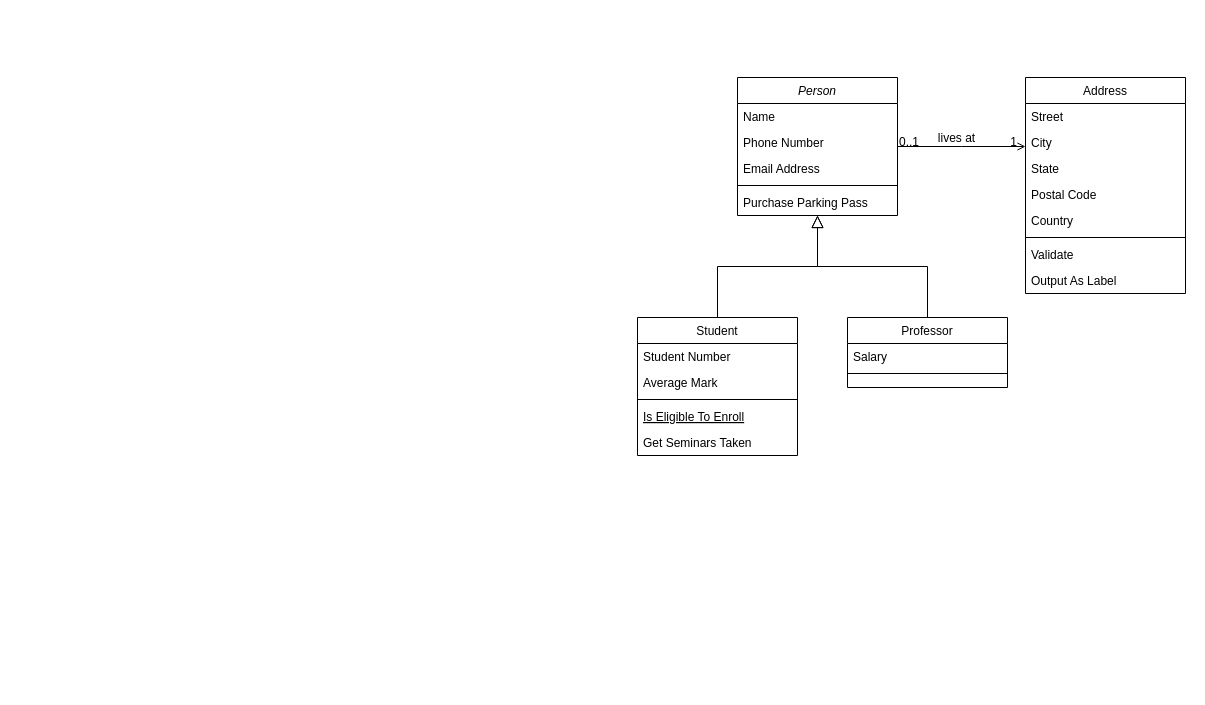
Earlier version of the draw.io diagram 玲玲塔类图.drawio (nayouzhenai/java_web). Source tidied: cells renumbered, new cells numbered last; positions are measured from the earlier drawing's top-left corner, leaving out a move shared by most shapes. Both pictures are drawn from the tidied source at 100%, with x=0, y=0 at pixel (637, 77).
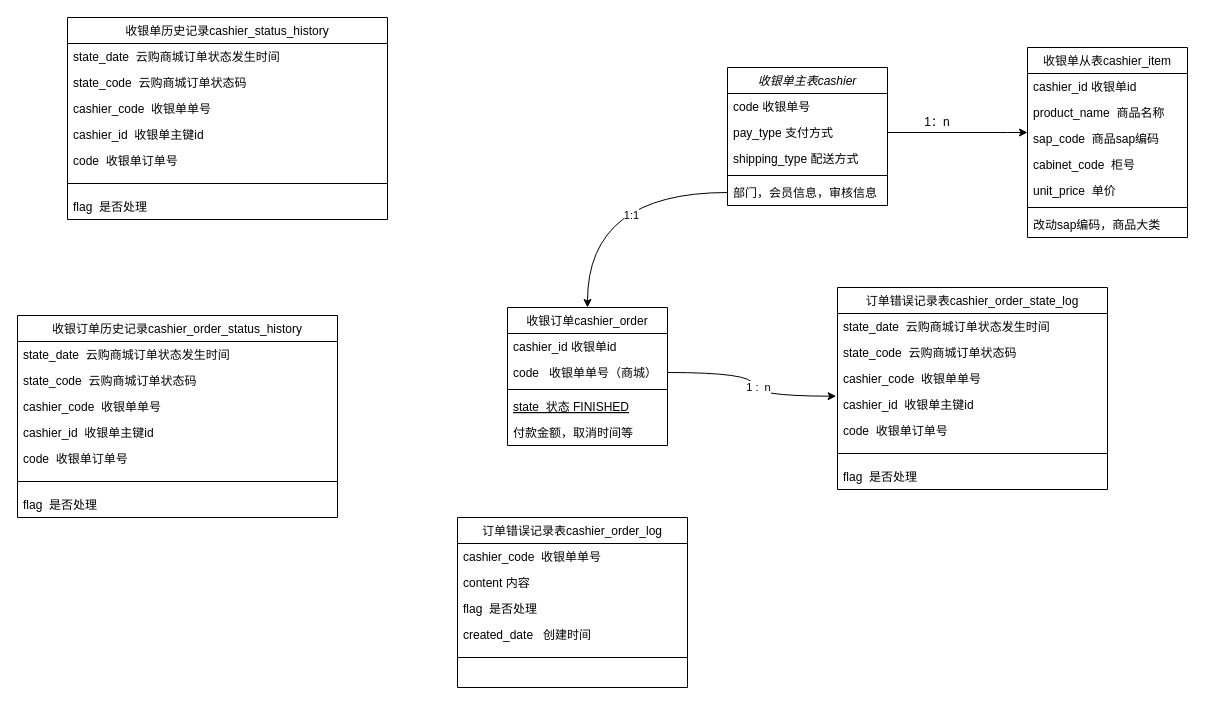
The same page after the edit.

Commit message:
更新玲玲塔类图.drawio

The edit, as a diff of the source:
```diff
@@
-    <mxCell id="2" value="Person" style="swimlane;fontStyle=2;align=center;verticalAlign=top;horizontal=1;startSize=26;rounded=0;shadow=0;strokeWidth=1;" parent="1" vertex="1">
-      <mxGeometry x="100" width="160" height="138" as="geometry" />
+    <mxCell id="2" value="收银单主表cashier" style="swimlane;fontStyle=2;align=center;verticalAlign=top;horizontal=1;startSize=26;rounded=0;shadow=0;strokeWidth=1;" parent="1" vertex="1">
+      <mxGeometry x="90" y="-10" width="160" height="138" as="geometry" />
     </mxCell>
-    <mxCell id="3" value="Name" style="text;align=left;verticalAlign=top;spacingLeft=4;spacingRight=4;overflow=hidden;" parent="2" vertex="1">
+    <mxCell id="3" value="code 收银单号" style="text;align=left;verticalAlign=top;spacingLeft=4;spacingRight=4;overflow=hidden;" parent="2" vertex="1">
       <mxGeometry y="26" width="160" height="26" as="geometry" />
     </mxCell>
-    <mxCell id="4" value="Phone Number" style="text;align=left;verticalAlign=top;spacingLeft=4;spacingRight=4;overflow=hidden;points=[[0,0.5],[1,0.5]];portConstraint=eastwest;rounded=0;shadow=0;html=0;" parent="2" vertex="1">
+    <mxCell id="4" value="pay_type 支付方式" style="text;align=left;verticalAlign=top;spacingLeft=4;spacingRight=4;overflow=hidden;points=[[0,0.5],[1,0.5]];portConstraint=eastwest;rounded=0;shadow=0;html=0;" parent="2" vertex="1">
       <mxGeometry y="52" width="160" height="26" as="geometry" />
     </mxCell>
-    <mxCell id="5" value="Email Address" style="text;align=left;verticalAlign=top;spacingLeft=4;spacingRight=4;overflow=hidden;rounded=0;shadow=0;html=0;" parent="2" vertex="1">
+    <mxCell id="5" value="shipping_type 配送方式" style="text;align=left;verticalAlign=top;spacingLeft=4;spacingRight=4;overflow=hidden;rounded=0;shadow=0;html=0;" parent="2" vertex="1">
       <mxGeometry y="78" width="160" height="26" as="geometry" />
     </mxCell>
@@
-    <mxCell id="7" value="Purchase Parking Pass" style="text;align=left;verticalAlign=top;spacingLeft=4;spacingRight=4;overflow=hidden;points=[[0,0.5],[1,0.5]];portConstraint=eastwest;" parent="2" vertex="1">
+    <mxCell id="7" value="部门，会员信息，审核信息" style="text;align=left;verticalAlign=top;spacingLeft=4;spacingRight=4;overflow=hidden;points=[[0,0.5],[1,0.5]];portConstraint=eastwest;" parent="2" vertex="1">
       <mxGeometry y="112" width="160" height="26" as="geometry" />
     </mxCell>
-    <mxCell id="8" value="Student" style="swimlane;fontStyle=0;align=center;verticalAlign=top;horizontal=1;startSize=26;rounded=0;shadow=0;strokeWidth=1;" parent="1" vertex="1">
-      <mxGeometry y="240" width="160" height="138" as="geometry" />
+    <mxCell id="8" value="收银订单cashier_order" style="swimlane;fontStyle=0;align=center;verticalAlign=top;horizontal=1;startSize=26;rounded=0;shadow=0;strokeWidth=1;" parent="1" vertex="1">
+      <mxGeometry x="-130" y="230" width="160" height="138" as="geometry" />
     </mxCell>
-    <mxCell id="9" value="Student Number" style="text;align=left;verticalAlign=top;spacingLeft=4;spacingRight=4;overflow=hidden;" parent="8" vertex="1">
+    <mxCell id="9" value="cashier_id 收银单id" style="text;align=left;verticalAlign=top;spacingLeft=4;spacingRight=4;overflow=hidden;" parent="8" vertex="1">
       <mxGeometry y="26" width="160" height="26" as="geometry" />
     </mxCell>
-    <mxCell id="10" value="Average Mark" style="text;align=left;verticalAlign=top;spacingLeft=4;spacingRight=4;overflow=hidden;points=[[0,0.5],[1,0.5]];portConstraint=eastwest;rounded=0;shadow=0;html=0;" parent="8" vertex="1">
+    <mxCell id="10" value="code   收银单单号（商城）" style="text;align=left;verticalAlign=top;spacingLeft=4;spacingRight=4;overflow=hidden;points=[[0,0.5],[1,0.5]];portConstraint=eastwest;rounded=0;shadow=0;html=0;" parent="8" vertex="1">
       <mxGeometry y="52" width="160" height="26" as="geometry" />
     </mxCell>
@@
-    <mxCell id="12" value="Is Eligible To Enroll" style="text;align=left;verticalAlign=top;spacingLeft=4;spacingRight=4;overflow=hidden;fontStyle=4;" parent="8" vertex="1">
+    <mxCell id="12" value="state  状态 FINISHED" style="text;align=left;verticalAlign=top;spacingLeft=4;spacingRight=4;overflow=hidden;fontStyle=4;" parent="8" vertex="1">
       <mxGeometry y="86" width="160" height="26" as="geometry" />
     </mxCell>
-    <mxCell id="13" value="Get Seminars Taken" style="text;align=left;verticalAlign=top;spacingLeft=4;spacingRight=4;overflow=hidden;" parent="8" vertex="1">
+    <mxCell id="13" value="付款金额，取消时间等" style="text;align=left;verticalAlign=top;spacingLeft=4;spacingRight=4;overflow=hidden;" parent="8" vertex="1">
       <mxGeometry y="112" width="160" height="26" as="geometry" />
     </mxCell>
-    <mxCell id="14" style="endArrow=block;endSize=10;endFill=0;shadow=0;strokeWidth=1;rounded=0;edgeStyle=elbowEdgeStyle;elbow=vertical;" parent="1" edge="1" source="8" target="2">
-      <mxGeometry relative="1" as="geometry" />
-    </mxCell>
-    <mxCell id="15" value="Professor" style="swimlane;fontStyle=0;align=center;verticalAlign=top;horizontal=1;startSize=26;rounded=0;shadow=0;strokeWidth=1;" parent="1" vertex="1">
-      <mxGeometry x="210" y="240" width="160" height="70" as="geometry" />
+    <mxCell id="15" value="订单错误记录表cashier_order_log" style="swimlane;fontStyle=0;align=center;verticalAlign=top;horizontal=1;startSize=26;rounded=0;shadow=0;strokeWidth=1;" parent="1" vertex="1">
+      <mxGeometry x="-180" y="440" width="230" height="170" as="geometry" />
     </mxCell>
-    <mxCell id="16" value="Salary" style="text;align=left;verticalAlign=top;spacingLeft=4;spacingRight=4;overflow=hidden;" parent="15" vertex="1">
-      <mxGeometry y="26" width="160" height="26" as="geometry" />
+    <mxCell id="16" value="cashier_code  收银单单号" style="text;align=left;verticalAlign=top;spacingLeft=4;spacingRight=4;overflow=hidden;" parent="15" vertex="1">
+      <mxGeometry y="26" width="230" height="26" as="geometry" />
     </mxCell>
+    <mxCell id="32" value="content 内容" style="text;align=left;verticalAlign=top;spacingLeft=4;spacingRight=4;overflow=hidden;" parent="15" vertex="1">
+      <mxGeometry y="52" width="230" height="26" as="geometry" />
+    </mxCell>
+    <mxCell id="33" value="flag  是否处理" style="text;align=left;verticalAlign=top;spacingLeft=4;spacingRight=4;overflow=hidden;" parent="15" vertex="1">
+      <mxGeometry y="78" width="230" height="26" as="geometry" />
+    </mxCell>
+    <mxCell id="34" value="created_date   创建时间" style="text;align=left;verticalAlign=top;spacingLeft=4;spacingRight=4;overflow=hidden;" parent="15" vertex="1">
+      <mxGeometry y="104" width="230" height="26" as="geometry" />
+    </mxCell>
     <mxCell id="17" style="line;html=1;strokeWidth=1;align=left;verticalAlign=middle;spacingTop=-1;spacingLeft=3;spacingRight=3;labelPosition=right;" parent="15" vertex="1">
-      <mxGeometry y="52" width="160" height="8" as="geometry" />
+      <mxGeometry y="130" width="230" height="20" as="geometry" />
     </mxCell>
-    <mxCell id="18" style="endArrow=block;endSize=10;endFill=0;shadow=0;strokeWidth=1;rounded=0;edgeStyle=elbowEdgeStyle;elbow=vertical;" parent="1" edge="1" source="15" target="2">
-      <mxGeometry relative="1" as="geometry" />
-    </mxCell>
-    <mxCell id="19" value="Address" style="swimlane;fontStyle=0;align=center;verticalAlign=top;horizontal=1;startSize=26;rounded=0;shadow=0;strokeWidth=1;" parent="1" vertex="1">
-      <mxGeometry x="388" width="160" height="216" as="geometry" />
+    <mxCell id="19" value="收银单从表cashier_item" style="swimlane;fontStyle=0;align=center;verticalAlign=top;horizontal=1;startSize=26;rounded=0;shadow=0;strokeWidth=1;" parent="1" vertex="1">
+      <mxGeometry x="390" y="-30" width="160" height="190" as="geometry" />
     </mxCell>
-    <mxCell id="20" value="Street" style="text;align=left;verticalAlign=top;spacingLeft=4;spacingRight=4;overflow=hidden;" parent="19" vertex="1">
+    <mxCell id="20" value="cashier_id 收银单id" style="text;align=left;verticalAlign=top;spacingLeft=4;spacingRight=4;overflow=hidden;" parent="19" vertex="1">
       <mxGeometry y="26" width="160" height="26" as="geometry" />
     </mxCell>
-    <mxCell id="21" value="City" style="text;align=left;verticalAlign=top;spacingLeft=4;spacingRight=4;overflow=hidden;rounded=0;shadow=0;html=0;" parent="19" vertex="1">
+    <mxCell id="21" value="product_name  商品名称" style="text;align=left;verticalAlign=top;spacingLeft=4;spacingRight=4;overflow=hidden;rounded=0;shadow=0;html=0;" parent="19" vertex="1">
       <mxGeometry y="52" width="160" height="26" as="geometry" />
     </mxCell>
-    <mxCell id="22" value="State" style="text;align=left;verticalAlign=top;spacingLeft=4;spacingRight=4;overflow=hidden;points=[[0,0.5],[1,0.5]];portConstraint=eastwest;rounded=0;shadow=0;html=0;" parent="19" vertex="1">
+    <mxCell id="22" value="sap_code  商品sap编码" style="text;align=left;verticalAlign=top;spacingLeft=4;spacingRight=4;overflow=hidden;points=[[0,0.5],[1,0.5]];portConstraint=eastwest;rounded=0;shadow=0;html=0;" parent="19" vertex="1">
       <mxGeometry y="78" width="160" height="26" as="geometry" />
     </mxCell>
-    <mxCell id="23" value="Postal Code" style="text;align=left;verticalAlign=top;spacingLeft=4;spacingRight=4;overflow=hidden;rounded=0;shadow=0;html=0;" parent="19" vertex="1">
+    <mxCell id="23" value="cabinet_code  柜号" style="text;align=left;verticalAlign=top;spacingLeft=4;spacingRight=4;overflow=hidden;rounded=0;shadow=0;html=0;" parent="19" vertex="1">
       <mxGeometry y="104" width="160" height="26" as="geometry" />
     </mxCell>
-    <mxCell id="24" value="Country" style="text;align=left;verticalAlign=top;spacingLeft=4;spacingRight=4;overflow=hidden;rounded=0;shadow=0;html=0;" parent="19" vertex="1">
+    <mxCell id="24" value="unit_price  单价" style="text;align=left;verticalAlign=top;spacingLeft=4;spacingRight=4;overflow=hidden;rounded=0;shadow=0;html=0;" parent="19" vertex="1">
       <mxGeometry y="130" width="160" height="26" as="geometry" />
     </mxCell>
@@
-    <mxCell id="26" value="Validate" style="text;align=left;verticalAlign=top;spacingLeft=4;spacingRight=4;overflow=hidden;" parent="19" vertex="1">
+    <mxCell id="26" value="改动sap编码，商品大类" style="text;align=left;verticalAlign=top;spacingLeft=4;spacingRight=4;overflow=hidden;" parent="19" vertex="1">
       <mxGeometry y="164" width="160" height="26" as="geometry" />
     </mxCell>
-    <mxCell id="27" value="Output As Label" style="text;align=left;verticalAlign=top;spacingLeft=4;spacingRight=4;overflow=hidden;" parent="19" vertex="1">
-      <mxGeometry y="190" width="160" height="26" as="geometry" />
-    </mxCell>
-    <mxCell id="28" style="endArrow=open;shadow=0;strokeWidth=1;rounded=0;endFill=1;edgeStyle=elbowEdgeStyle;elbow=vertical;" parent="1" edge="1" source="2" target="19">
-      <mxGeometry x="0.5" y="41" relative="1" as="geometry">
-        <mxPoint x="-40" y="32" as="offset" />
-      </mxGeometry>
-    </mxCell>
-    <mxCell id="29" value="0..1" style="align=left;verticalAlign=bottom;labelBackgroundColor=none;fontSize=12;" parent="28" vertex="1">
-      <mxGeometry x="-1" relative="1" as="geometry">
-        <mxPoint y="4" as="offset" />
-      </mxGeometry>
-    </mxCell>
-    <mxCell id="30" value="1" style="align=right;verticalAlign=bottom;labelBackgroundColor=none;fontSize=12;" parent="28" vertex="1">
-      <mxGeometry x="1" relative="1" as="geometry">
-        <mxPoint x="-7" y="4" as="offset" />
-      </mxGeometry>
-    </mxCell>
-    <mxCell id="31" value="lives at" style="text;html=1;align=center;verticalAlign=middle;labelBackgroundColor=none;rounded=0;shadow=0;strokeWidth=1;fontSize=12;" parent="28" vertex="1">
-      <mxGeometry x="0.5" y="49" relative="1" as="geometry">
-        <mxPoint x="-38" y="40" as="offset" />
-      </mxGeometry>
-    </mxCell>
+    <mxCell id="35" style="edgeStyle=orthogonalEdgeStyle;rounded=0;jettySize=auto;html=1;" parent="1" edge="1" source="4" target="22">
+      <mxGeometry relative="1" as="geometry">
+        <Array as="points">
+          <mxPoint x="370" y="55" />
+          <mxPoint x="370" y="55" />
+        </Array>
+      </mxGeometry>
+    </mxCell>
+    <mxCell id="36" value="1：n" style="text;html=1;strokeColor=none;fillColor=none;align=center;verticalAlign=middle;whiteSpace=wrap;rounded=0;" parent="1" vertex="1">
+      <mxGeometry x="270" y="30" width="60" height="30" as="geometry" />
+    </mxCell>
+    <mxCell id="37" style="edgeStyle=orthogonalEdgeStyle;curved=1;rounded=0;jettySize=auto;html=1;" parent="1" edge="1" source="7" target="8">
+      <mxGeometry relative="1" as="geometry" />
+    </mxCell>
+    <mxCell id="38" value="1:1" style="edgeLabel;html=1;align=center;verticalAlign=middle;" parent="37" vertex="1">
+      <mxGeometry x="-0.24" y="22" relative="1" as="geometry" />
+    </mxCell>
+    <mxCell id="39" value="订单错误记录表cashier_order_state_log" style="swimlane;fontStyle=0;align=center;verticalAlign=top;horizontal=1;startSize=26;rounded=0;shadow=0;strokeWidth=1;" parent="1" vertex="1">
+      <mxGeometry x="200" y="210" width="270" height="202" as="geometry" />
+    </mxCell>
+    <mxCell id="40" value="state_date  云购商城订单状态发生时间" style="text;align=left;verticalAlign=top;spacingLeft=4;spacingRight=4;overflow=hidden;" parent="39" vertex="1">
+      <mxGeometry y="26" width="270" height="26" as="geometry" />
+    </mxCell>
+    <mxCell id="41" value="state_code  云购商城订单状态码" style="text;align=left;verticalAlign=top;spacingLeft=4;spacingRight=4;overflow=hidden;" parent="39" vertex="1">
+      <mxGeometry y="52" width="270" height="26" as="geometry" />
+    </mxCell>
+    <mxCell id="42" value="cashier_code  收银单单号" style="text;align=left;verticalAlign=top;spacingLeft=4;spacingRight=4;overflow=hidden;" parent="39" vertex="1">
+      <mxGeometry y="78" width="270" height="26" as="geometry" />
+    </mxCell>
+    <mxCell id="43" value="cashier_id  收银单主键id" style="text;align=left;verticalAlign=top;spacingLeft=4;spacingRight=4;overflow=hidden;points=[[0,0.5],[1,0.5]];portConstraint=eastwest;" parent="39" vertex="1">
+      <mxGeometry y="104" width="270" height="26" as="geometry" />
+    </mxCell>
+    <mxCell id="44" value="code  收银单订单号" style="text;align=left;verticalAlign=top;spacingLeft=4;spacingRight=4;overflow=hidden;" parent="39" vertex="1">
+      <mxGeometry y="130" width="270" height="26" as="geometry" />
+    </mxCell>
+    <mxCell id="45" style="line;html=1;strokeWidth=1;align=left;verticalAlign=middle;spacingTop=-1;spacingLeft=3;spacingRight=3;labelPosition=right;" parent="39" vertex="1">
+      <mxGeometry y="156" width="270" height="20" as="geometry" />
+    </mxCell>
+    <mxCell id="46" value="flag  是否处理" style="text;align=left;verticalAlign=top;spacingLeft=4;spacingRight=4;overflow=hidden;" parent="39" vertex="1">
+      <mxGeometry y="176" width="270" height="26" as="geometry" />
+    </mxCell>
+    <mxCell id="47" style="edgeStyle=orthogonalEdgeStyle;curved=1;rounded=0;jettySize=auto;html=1;entryX=-0.005;entryY=0.179;entryDx=0;entryDy=0;entryPerimeter=0;" parent="1" edge="1" source="10" target="43">
+      <mxGeometry relative="1" as="geometry" />
+    </mxCell>
+    <mxCell id="48" value="1 :&amp;nbsp; n" style="edgeLabel;html=1;align=center;verticalAlign=middle;" parent="47" vertex="1">
+      <mxGeometry x="0.19" y="9" relative="1" as="geometry" />
+    </mxCell>
+    <mxCell id="49" value="收银订单历史记录cashier_order_status_history" style="swimlane;fontStyle=0;align=center;verticalAlign=top;horizontal=1;startSize=26;rounded=0;shadow=0;strokeWidth=1;" parent="1" vertex="1">
+      <mxGeometry x="-620" y="238" width="320" height="202" as="geometry" />
+    </mxCell>
+    <mxCell id="50" value="state_date  云购商城订单状态发生时间" style="text;align=left;verticalAlign=top;spacingLeft=4;spacingRight=4;overflow=hidden;" parent="49" vertex="1">
+      <mxGeometry y="26" width="320" height="26" as="geometry" />
+    </mxCell>
+    <mxCell id="51" value="state_code  云购商城订单状态码" style="text;align=left;verticalAlign=top;spacingLeft=4;spacingRight=4;overflow=hidden;" parent="49" vertex="1">
+      <mxGeometry y="52" width="320" height="26" as="geometry" />
+    </mxCell>
+    <mxCell id="52" value="cashier_code  收银单单号" style="text;align=left;verticalAlign=top;spacingLeft=4;spacingRight=4;overflow=hidden;" parent="49" vertex="1">
+      <mxGeometry y="78" width="320" height="26" as="geometry" />
+    </mxCell>
+    <mxCell id="53" value="cashier_id  收银单主键id" style="text;align=left;verticalAlign=top;spacingLeft=4;spacingRight=4;overflow=hidden;" parent="49" vertex="1">
+      <mxGeometry y="104" width="320" height="26" as="geometry" />
+    </mxCell>
+    <mxCell id="54" value="code  收银单订单号" style="text;align=left;verticalAlign=top;spacingLeft=4;spacingRight=4;overflow=hidden;" parent="49" vertex="1">
+      <mxGeometry y="130" width="320" height="26" as="geometry" />
+    </mxCell>
+    <mxCell id="55" style="line;html=1;strokeWidth=1;align=left;verticalAlign=middle;spacingTop=-1;spacingLeft=3;spacingRight=3;labelPosition=right;" parent="49" vertex="1">
+      <mxGeometry y="156" width="320" height="20" as="geometry" />
+    </mxCell>
+    <mxCell id="56" value="flag  是否处理" style="text;align=left;verticalAlign=top;spacingLeft=4;spacingRight=4;overflow=hidden;" parent="49" vertex="1">
+      <mxGeometry y="176" width="320" height="26" as="geometry" />
+    </mxCell>
+    <mxCell id="57" value="收银单历史记录cashier_status_history" style="swimlane;fontStyle=0;align=center;verticalAlign=top;horizontal=1;startSize=26;rounded=0;shadow=0;strokeWidth=1;" parent="1" vertex="1">
+      <mxGeometry x="-570" y="-60" width="320" height="202" as="geometry" />
+    </mxCell>
+    <mxCell id="58" value="state_date  云购商城订单状态发生时间" style="text;align=left;verticalAlign=top;spacingLeft=4;spacingRight=4;overflow=hidden;" parent="57" vertex="1">
+      <mxGeometry y="26" width="320" height="26" as="geometry" />
+    </mxCell>
+    <mxCell id="59" value="state_code  云购商城订单状态码" style="text;align=left;verticalAlign=top;spacingLeft=4;spacingRight=4;overflow=hidden;" parent="57" vertex="1">
+      <mxGeometry y="52" width="320" height="26" as="geometry" />
+    </mxCell>
+    <mxCell id="60" value="cashier_code  收银单单号" style="text;align=left;verticalAlign=top;spacingLeft=4;spacingRight=4;overflow=hidden;" parent="57" vertex="1">
+      <mxGeometry y="78" width="320" height="26" as="geometry" />
+    </mxCell>
+    <mxCell id="61" value="cashier_id  收银单主键id" style="text;align=left;verticalAlign=top;spacingLeft=4;spacingRight=4;overflow=hidden;" parent="57" vertex="1">
+      <mxGeometry y="104" width="320" height="26" as="geometry" />
+    </mxCell>
+    <mxCell id="62" value="code  收银单订单号" style="text;align=left;verticalAlign=top;spacingLeft=4;spacingRight=4;overflow=hidden;" parent="57" vertex="1">
+      <mxGeometry y="130" width="320" height="26" as="geometry" />
+    </mxCell>
+    <mxCell id="63" style="line;html=1;strokeWidth=1;align=left;verticalAlign=middle;spacingTop=-1;spacingLeft=3;spacingRight=3;labelPosition=right;" parent="57" vertex="1">
+      <mxGeometry y="156" width="320" height="20" as="geometry" />
+    </mxCell>
+    <mxCell id="64" value="flag  是否处理" style="text;align=left;verticalAlign=top;spacingLeft=4;spacingRight=4;overflow=hidden;" parent="57" vertex="1">
+      <mxGeometry y="176" width="320" height="26" as="geometry" />
+    </mxCell>
```
